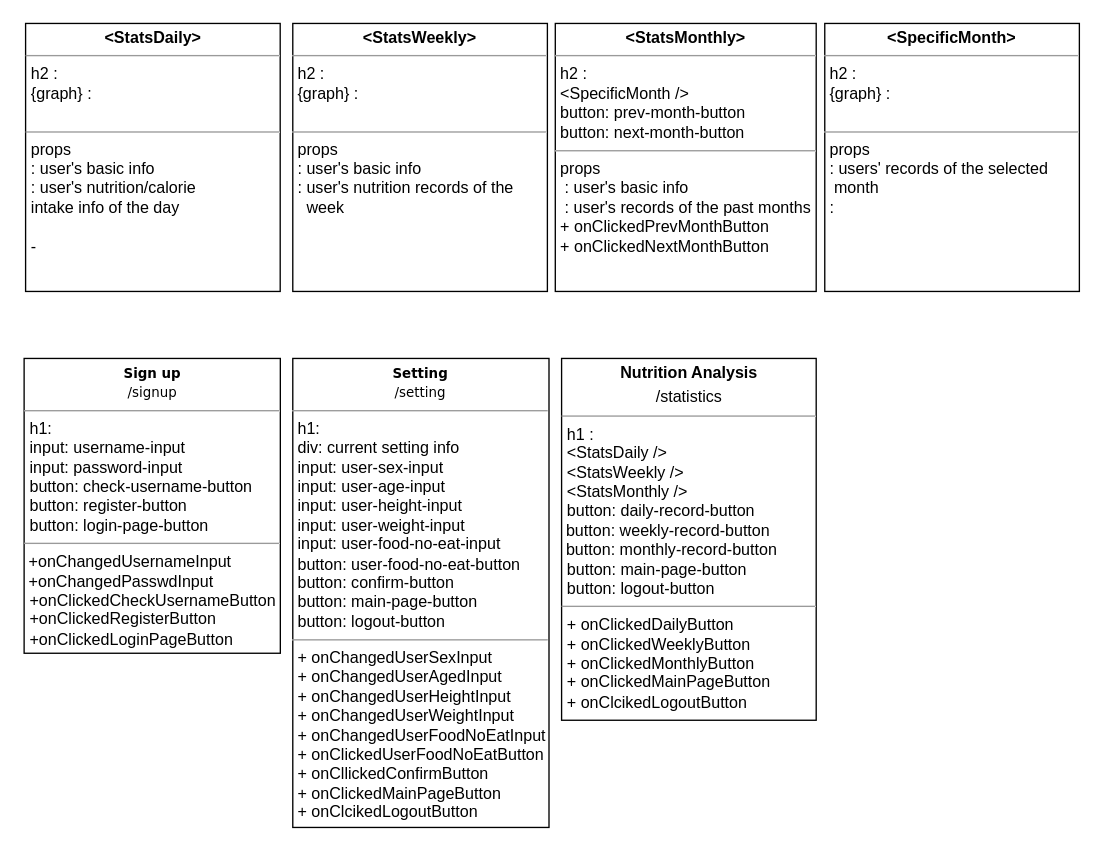
swsnu/swpp2021-team5 keeps this draw.io diagram as diagrams/Bang.drawio. Above is the earlier version. Source tidied: cells renumbered, new cells numbered last; positions are measured from the earlier drawing's top-left corner, leaving out a move shared by most shapes. Both pictures are drawn from the tidied source at 134%, with x=0, y=0 at pixel (24, 23).
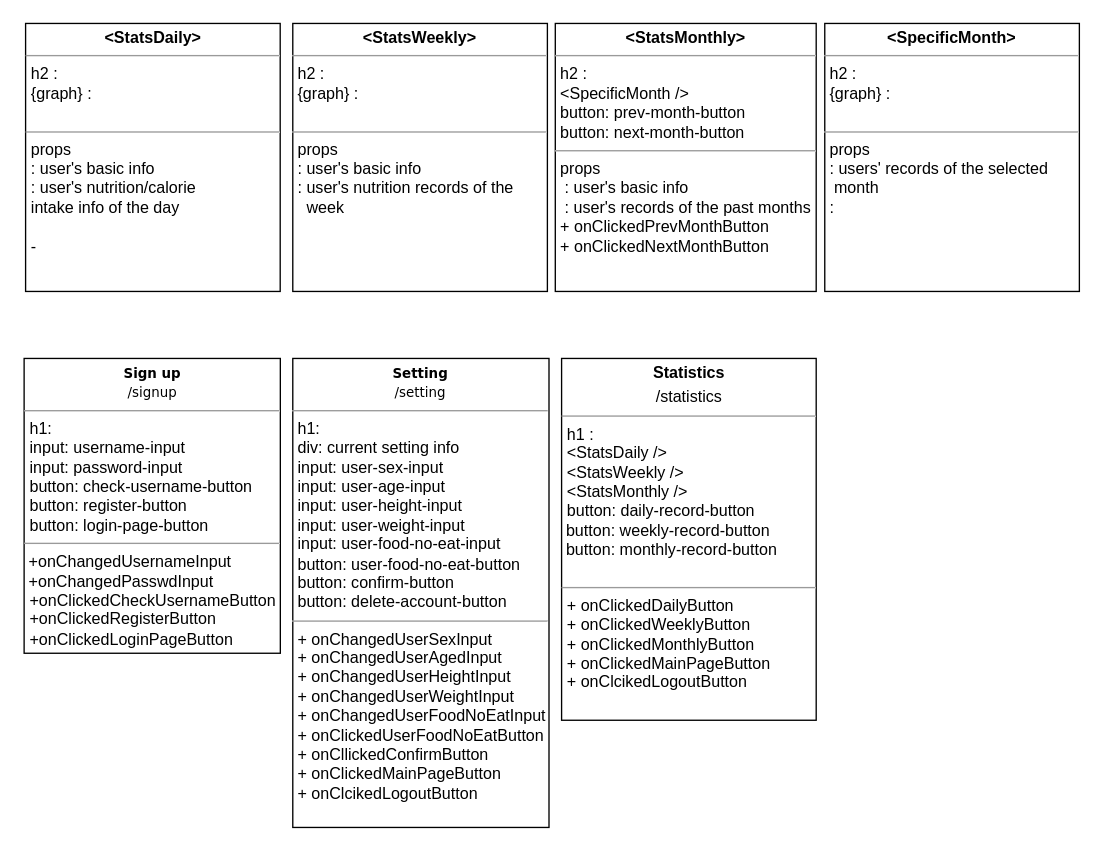
The same diagram, later.

What changed in the source:
```diff
@@
 <mxGraphModel>
   <root>
     <mxCell id="0" />
     <mxCell id="1" parent="0" />
     <mxCell id="2" value="&lt;p style=&quot;margin: 0px ; margin-top: 4px ; text-align: center&quot;&gt;&lt;b&gt;&amp;lt;StatsDaily&amp;gt;&lt;/b&gt;&lt;/p&gt;&lt;hr size=&quot;1&quot;&gt;&lt;p style=&quot;margin: 0px ; margin-left: 4px&quot;&gt;h2 :&amp;nbsp;&lt;br&gt;&lt;/p&gt;&lt;p style=&quot;margin: 0px ; margin-left: 4px&quot;&gt;{graph} :&amp;nbsp;&lt;/p&gt;&lt;p style=&quot;margin: 0px ; margin-left: 4px&quot;&gt;&lt;br&gt;&lt;/p&gt;&lt;hr size=&quot;1&quot;&gt;&lt;p style=&quot;margin: 0px ; margin-left: 4px&quot;&gt;props&lt;/p&gt;&lt;p style=&quot;margin: 0px ; margin-left: 4px&quot;&gt;: user's basic info&lt;br&gt;&lt;/p&gt;&lt;p style=&quot;margin: 0px ; margin-left: 4px&quot;&gt;: user's nutrition/calorie&lt;/p&gt;&lt;p style=&quot;margin: 0px ; margin-left: 4px&quot;&gt;intake info of the day&lt;/p&gt;&lt;p style=&quot;margin: 0px ; margin-left: 4px&quot;&gt;&lt;br&gt;&lt;/p&gt;&lt;p style=&quot;margin: 0px ; margin-left: 4px&quot;&gt;-&amp;nbsp;&lt;/p&gt;&lt;p style=&quot;margin: 0px ; margin-left: 4px&quot;&gt;&lt;br&gt;&lt;/p&gt;" style="verticalAlign=top;align=left;overflow=fill;fontSize=12;fontFamily=Helvetica;html=1;rounded=0;shadow=0;comic=0;labelBackgroundColor=none;strokeWidth=1;" parent="1" vertex="1">
       <mxGeometry x="0.6" width="190" height="200" as="geometry" />
     </mxCell>
     <mxCell id="3" value="&lt;p style=&quot;margin: 0px ; margin-top: 4px ; text-align: center&quot;&gt;&lt;b&gt;&amp;lt;StatsWeekly&amp;gt;&lt;/b&gt;&lt;/p&gt;&lt;hr size=&quot;1&quot;&gt;&lt;p style=&quot;margin: 0px ; margin-left: 4px&quot;&gt;h2 :&amp;nbsp;&lt;br&gt;&lt;/p&gt;&lt;p style=&quot;margin: 0px ; margin-left: 4px&quot;&gt;{graph} :&lt;br&gt;&lt;/p&gt;&lt;p style=&quot;margin: 0px ; margin-left: 4px&quot;&gt;&lt;br&gt;&lt;/p&gt;&lt;hr size=&quot;1&quot;&gt;&lt;p style=&quot;margin: 0px ; margin-left: 4px&quot;&gt;props&lt;/p&gt;&lt;p style=&quot;margin: 0px ; margin-left: 4px&quot;&gt;: user's basic info&lt;/p&gt;&lt;p style=&quot;margin: 0px ; margin-left: 4px&quot;&gt;: user's nutrition records of the&lt;/p&gt;&lt;p style=&quot;margin: 0px ; margin-left: 4px&quot;&gt;&amp;nbsp; week&lt;br&gt;&lt;/p&gt;" style="verticalAlign=top;align=left;overflow=fill;fontSize=12;fontFamily=Helvetica;html=1;rounded=0;shadow=0;comic=0;labelBackgroundColor=none;strokeWidth=1;" parent="1" vertex="1">
       <mxGeometry x="200" width="190" height="200" as="geometry" />
     </mxCell>
     <mxCell id="4" value="&lt;p style=&quot;margin: 0px ; margin-top: 4px ; text-align: center&quot;&gt;&lt;b&gt;&amp;lt;StatsMonthly&amp;gt;&lt;/b&gt;&lt;/p&gt;&lt;hr size=&quot;1&quot;&gt;&lt;p style=&quot;margin: 0px ; margin-left: 4px&quot;&gt;h2 :&amp;nbsp;&lt;br&gt;&lt;/p&gt;&lt;p style=&quot;margin: 0px ; margin-left: 4px&quot;&gt;&amp;lt;SpecificMonth /&amp;gt;&lt;/p&gt;&lt;p style=&quot;margin: 0px ; margin-left: 4px&quot;&gt;button: prev-month-button&lt;/p&gt;&lt;p style=&quot;margin: 0px ; margin-left: 4px&quot;&gt;button: next-month-button&lt;/p&gt;&lt;hr size=&quot;1&quot;&gt;&lt;p style=&quot;margin: 0px 0px 0px 4px&quot;&gt;props&lt;/p&gt;&lt;p style=&quot;margin: 0px 0px 0px 4px&quot;&gt;&amp;nbsp;: user's basic info&lt;/p&gt;&lt;p style=&quot;margin: 0px 0px 0px 4px&quot;&gt;&amp;nbsp;: user's records of the past months&lt;/p&gt;&lt;p style=&quot;margin: 0px 0px 0px 4px&quot;&gt;+ onClickedPrevMonthButton&lt;/p&gt;&lt;p style=&quot;margin: 0px 0px 0px 4px&quot;&gt;+ onClickedNextMonthButton&lt;/p&gt;" style="verticalAlign=top;align=left;overflow=fill;fontSize=12;fontFamily=Helvetica;html=1;rounded=0;shadow=0;comic=0;labelBackgroundColor=none;strokeWidth=1;" parent="1" vertex="1">
       <mxGeometry x="395.9" width="194.7" height="200" as="geometry" />
     </mxCell>
-    <mxCell id="5" value="&lt;p style=&quot;margin: 0px ; margin-top: 4px ; text-align: center&quot;&gt;&lt;b&gt;Nutrition Analysis&lt;/b&gt;&lt;/p&gt;&lt;p style=&quot;margin: 0px ; margin-top: 4px ; text-align: center&quot;&gt;/statistics&lt;/p&gt;&lt;hr size=&quot;1&quot;&gt;&lt;p style=&quot;margin: 0px ; margin-left: 4px&quot;&gt;h1 :&amp;nbsp;&lt;/p&gt;&lt;p style=&quot;margin: 0px ; margin-left: 4px&quot;&gt;&amp;lt;StatsDaily /&amp;gt;&lt;/p&gt;&lt;p style=&quot;margin: 0px ; margin-left: 4px&quot;&gt;&amp;lt;StatsWeekly /&amp;gt;&lt;/p&gt;&lt;p style=&quot;margin: 0px ; margin-left: 4px&quot;&gt;&amp;lt;StatsMonthly /&amp;gt;&lt;/p&gt;&lt;p style=&quot;margin: 0px ; margin-left: 4px&quot;&gt;button: daily-record-button&lt;/p&gt;&amp;nbsp;button:&amp;nbsp;&lt;span&gt;weekly-record-button&amp;nbsp;&lt;/span&gt;&lt;br&gt;&amp;nbsp;button:&amp;nbsp;&lt;span&gt;monthly-record-button&lt;/span&gt;&lt;br&gt;&lt;p style=&quot;margin: 0px 0px 0px 4px&quot;&gt;button: main-page-button&lt;/p&gt;&lt;p style=&quot;margin: 0px 0px 0px 4px&quot;&gt;button: logout-button&lt;/p&gt;&lt;hr size=&quot;1&quot;&gt;&lt;p style=&quot;margin: 0px 0px 0px 4px&quot;&gt;+ onClickedDailyButton&lt;/p&gt;&lt;p style=&quot;margin: 0px 0px 0px 4px&quot;&gt;+ onClickedWeeklyButton&lt;/p&gt;&lt;p style=&quot;margin: 0px 0px 0px 4px&quot;&gt;+ onClickedMonthlyButton&amp;nbsp;&lt;/p&gt;&lt;p style=&quot;margin: 0px 0px 0px 4px&quot;&gt;+ onClickedMainPageButton&lt;/p&gt;&lt;p style=&quot;margin: 0px 0px 0px 4px&quot;&gt;+ onClcikedLogoutButton&lt;/p&gt;" style="verticalAlign=top;align=left;overflow=fill;fontSize=12;fontFamily=Helvetica;html=1;rounded=0;shadow=0;comic=0;labelBackgroundColor=none;strokeWidth=1;" parent="1" vertex="1">
+    <mxCell id="5" value="&lt;p style=&quot;margin: 0px ; margin-top: 4px ; text-align: center&quot;&gt;&lt;b&gt;Statistics&lt;/b&gt;&lt;/p&gt;&lt;p style=&quot;margin: 0px ; margin-top: 4px ; text-align: center&quot;&gt;/statistics&lt;/p&gt;&lt;hr size=&quot;1&quot;&gt;&lt;p style=&quot;margin: 0px ; margin-left: 4px&quot;&gt;h1 :&amp;nbsp;&lt;/p&gt;&lt;p style=&quot;margin: 0px ; margin-left: 4px&quot;&gt;&amp;lt;StatsDaily /&amp;gt;&lt;/p&gt;&lt;p style=&quot;margin: 0px ; margin-left: 4px&quot;&gt;&amp;lt;StatsWeekly /&amp;gt;&lt;/p&gt;&lt;p style=&quot;margin: 0px ; margin-left: 4px&quot;&gt;&amp;lt;StatsMonthly /&amp;gt;&lt;/p&gt;&lt;p style=&quot;margin: 0px ; margin-left: 4px&quot;&gt;button: daily-record-button&lt;/p&gt;&amp;nbsp;button:&amp;nbsp;&lt;span&gt;weekly-record-button&amp;nbsp;&lt;/span&gt;&lt;br&gt;&amp;nbsp;button:&amp;nbsp;&lt;span&gt;monthly-record-button&lt;br&gt;&lt;/span&gt;&lt;br&gt;&lt;hr size=&quot;1&quot;&gt;&lt;p style=&quot;margin: 0px 0px 0px 4px&quot;&gt;+ onClickedDailyButton&lt;/p&gt;&lt;p style=&quot;margin: 0px 0px 0px 4px&quot;&gt;+ onClickedWeeklyButton&lt;/p&gt;&lt;p style=&quot;margin: 0px 0px 0px 4px&quot;&gt;+ onClickedMonthlyButton&amp;nbsp;&lt;/p&gt;&lt;p style=&quot;margin: 0px 0px 0px 4px&quot;&gt;+ onClickedMainPageButton&lt;/p&gt;&lt;p style=&quot;margin: 0px 0px 0px 4px&quot;&gt;+ onClcikedLogoutButton&lt;/p&gt;" style="verticalAlign=top;align=left;overflow=fill;fontSize=12;fontFamily=Helvetica;html=1;rounded=0;shadow=0;comic=0;labelBackgroundColor=none;strokeWidth=1;" parent="1" vertex="1">
       <mxGeometry x="400.6" y="250" width="190" height="270" as="geometry" />
     </mxCell>
     <mxCell id="6" value="&lt;p style=&quot;margin: 4px 0px 0px ; text-align: center&quot;&gt;&lt;b style=&quot;font-family: &amp;#34;verdana&amp;#34; ; font-size: 10px&quot;&gt;Sign up&lt;/b&gt;&lt;br style=&quot;font-family: &amp;#34;verdana&amp;#34; ; font-size: 10px&quot;&gt;&lt;span style=&quot;font-family: &amp;#34;verdana&amp;#34; ; font-size: 10px&quot;&gt;/signup&lt;/span&gt;&lt;br&gt;&lt;/p&gt;&lt;hr size=&quot;1&quot;&gt;&lt;p style=&quot;margin: 0px 0px 0px 4px&quot;&gt;h1:&lt;/p&gt;&lt;p style=&quot;margin: 0px 0px 0px 4px&quot;&gt;input: username-input&lt;/p&gt;&lt;p style=&quot;margin: 0px 0px 0px 4px&quot;&gt;input: password-input&lt;/p&gt;&lt;p style=&quot;margin: 0px 0px 0px 4px&quot;&gt;button: check-username-button&lt;/p&gt;&lt;p style=&quot;margin: 0px 0px 0px 4px&quot;&gt;button: register-button&lt;/p&gt;&lt;p style=&quot;margin: 0px 0px 0px 4px&quot;&gt;button: login-page-button&lt;/p&gt;&lt;hr size=&quot;1&quot;&gt;&amp;nbsp;+onChangedUsernameInput&lt;br&gt;&amp;nbsp;+onChangedPasswdInput&lt;br&gt;&lt;p style=&quot;margin: 0px 0px 0px 4px&quot;&gt;+onClickedCheckUsernameButton&lt;/p&gt;&lt;p style=&quot;margin: 0px 0px 0px 4px&quot;&gt;+onClickedRegisterButton&lt;/p&gt;&lt;p style=&quot;margin: 0px 0px 0px 4px&quot;&gt;+onClickedLoginPageButton&lt;/p&gt;" style="verticalAlign=top;align=left;overflow=fill;fontSize=12;fontFamily=Helvetica;html=1;" parent="1" vertex="1">
       <mxGeometry x="-0.5" y="250" width="191.2" height="220" as="geometry" />
     </mxCell>
-    <mxCell id="7" value="&lt;p style=&quot;margin: 4px 0px 0px ; text-align: center&quot;&gt;&lt;b style=&quot;font-family: &amp;#34;verdana&amp;#34; ; font-size: 10px&quot;&gt;Setting&lt;/b&gt;&lt;br style=&quot;font-family: &amp;#34;verdana&amp;#34; ; font-size: 10px&quot;&gt;&lt;span style=&quot;font-family: &amp;#34;verdana&amp;#34; ; font-size: 10px&quot;&gt;/setting&lt;/span&gt;&lt;br&gt;&lt;/p&gt;&lt;hr size=&quot;1&quot;&gt;&lt;p style=&quot;margin: 0px 0px 0px 4px&quot;&gt;h1:&amp;nbsp;&lt;/p&gt;&lt;p style=&quot;margin: 0px 0px 0px 4px&quot;&gt;div: current setting info&lt;/p&gt;&lt;p style=&quot;margin: 0px 0px 0px 4px&quot;&gt;input: user-sex-input&lt;/p&gt;&lt;p style=&quot;margin: 0px 0px 0px 4px&quot;&gt;input: user-age-input&lt;/p&gt;&lt;p style=&quot;margin: 0px 0px 0px 4px&quot;&gt;input: user-height-input&lt;/p&gt;&lt;p style=&quot;margin: 0px 0px 0px 4px&quot;&gt;input: user-weight-input&lt;/p&gt;&lt;p style=&quot;margin: 0px 0px 0px 4px&quot;&gt;input: user-food-no-eat-input&lt;br&gt;&lt;/p&gt;&lt;p style=&quot;margin: 0px 0px 0px 4px&quot;&gt;button: user-food-no-eat-button&lt;/p&gt;&lt;p style=&quot;margin: 0px 0px 0px 4px&quot;&gt;&lt;span&gt;button: confirm-button&lt;/span&gt;&lt;br&gt;&lt;/p&gt;&lt;p style=&quot;margin: 0px 0px 0px 4px&quot;&gt;button: main-page-button&lt;/p&gt;&lt;p style=&quot;margin: 0px 0px 0px 4px&quot;&gt;button: logout-button&lt;/p&gt;&lt;hr size=&quot;1&quot;&gt;&lt;p style=&quot;margin: 0px 0px 0px 4px&quot;&gt;+ onChangedUserSexInput&lt;/p&gt;&lt;p style=&quot;margin: 0px 0px 0px 4px&quot;&gt;+ onChangedUserAgedInput&lt;/p&gt;&lt;p style=&quot;margin: 0px 0px 0px 4px&quot;&gt;+ onChangedUserHeightInput&lt;/p&gt;&lt;p style=&quot;margin: 0px 0px 0px 4px&quot;&gt;+ onChangedUserWeightInput&lt;/p&gt;&lt;p style=&quot;margin: 0px 0px 0px 4px&quot;&gt;+ onChangedUserFoodNoEatInput&lt;/p&gt;&lt;p style=&quot;margin: 0px 0px 0px 4px&quot;&gt;+ onClickedUserFoodNoEatButton&lt;/p&gt;&lt;p style=&quot;margin: 0px 0px 0px 4px&quot;&gt;+ onCllickedConfirmButton&lt;/p&gt;&lt;p style=&quot;margin: 0px 0px 0px 4px&quot;&gt;+ onClickedMainPageButton&lt;/p&gt;&lt;p style=&quot;margin: 0px 0px 0px 4px&quot;&gt;+ onClcikedLogoutButton&lt;/p&gt;&lt;p style=&quot;margin: 0px 0px 0px 4px&quot;&gt;&lt;br&gt;&lt;/p&gt;" style="verticalAlign=top;align=left;overflow=fill;fontSize=12;fontFamily=Helvetica;html=1;" parent="1" vertex="1">
+    <mxCell id="7" value="&lt;p style=&quot;margin: 4px 0px 0px ; text-align: center&quot;&gt;&lt;b style=&quot;font-family: &amp;#34;verdana&amp;#34; ; font-size: 10px&quot;&gt;Setting&lt;/b&gt;&lt;br style=&quot;font-family: &amp;#34;verdana&amp;#34; ; font-size: 10px&quot;&gt;&lt;span style=&quot;font-family: &amp;#34;verdana&amp;#34; ; font-size: 10px&quot;&gt;/setting&lt;/span&gt;&lt;br&gt;&lt;/p&gt;&lt;hr size=&quot;1&quot;&gt;&lt;p style=&quot;margin: 0px 0px 0px 4px&quot;&gt;h1:&amp;nbsp;&lt;/p&gt;&lt;p style=&quot;margin: 0px 0px 0px 4px&quot;&gt;div: current setting info&lt;/p&gt;&lt;p style=&quot;margin: 0px 0px 0px 4px&quot;&gt;input: user-sex-input&lt;/p&gt;&lt;p style=&quot;margin: 0px 0px 0px 4px&quot;&gt;input: user-age-input&lt;/p&gt;&lt;p style=&quot;margin: 0px 0px 0px 4px&quot;&gt;input: user-height-input&lt;/p&gt;&lt;p style=&quot;margin: 0px 0px 0px 4px&quot;&gt;input: user-weight-input&lt;/p&gt;&lt;p style=&quot;margin: 0px 0px 0px 4px&quot;&gt;input: user-food-no-eat-input&lt;br&gt;&lt;/p&gt;&lt;p style=&quot;margin: 0px 0px 0px 4px&quot;&gt;button: user-food-no-eat-button&lt;/p&gt;&lt;p style=&quot;margin: 0px 0px 0px 4px&quot;&gt;&lt;span&gt;button: confirm-button&lt;/span&gt;&lt;br&gt;&lt;/p&gt;&lt;p style=&quot;margin: 0px 0px 0px 4px&quot;&gt;&lt;span&gt;button: delete-account-button&lt;/span&gt;&lt;/p&gt;&lt;hr size=&quot;1&quot;&gt;&lt;p style=&quot;margin: 0px 0px 0px 4px&quot;&gt;+ onChangedUserSexInput&lt;/p&gt;&lt;p style=&quot;margin: 0px 0px 0px 4px&quot;&gt;+ onChangedUserAgedInput&lt;/p&gt;&lt;p style=&quot;margin: 0px 0px 0px 4px&quot;&gt;+ onChangedUserHeightInput&lt;/p&gt;&lt;p style=&quot;margin: 0px 0px 0px 4px&quot;&gt;+ onChangedUserWeightInput&lt;/p&gt;&lt;p style=&quot;margin: 0px 0px 0px 4px&quot;&gt;+ onChangedUserFoodNoEatInput&lt;/p&gt;&lt;p style=&quot;margin: 0px 0px 0px 4px&quot;&gt;+ onClickedUserFoodNoEatButton&lt;/p&gt;&lt;p style=&quot;margin: 0px 0px 0px 4px&quot;&gt;+ onCllickedConfirmButton&lt;/p&gt;&lt;p style=&quot;margin: 0px 0px 0px 4px&quot;&gt;+ onClickedMainPageButton&lt;/p&gt;&lt;p style=&quot;margin: 0px 0px 0px 4px&quot;&gt;+ onClcikedLogoutButton&lt;/p&gt;&lt;p style=&quot;margin: 0px 0px 0px 4px&quot;&gt;&lt;br&gt;&lt;/p&gt;" style="verticalAlign=top;align=left;overflow=fill;fontSize=12;fontFamily=Helvetica;html=1;" parent="1" vertex="1">
       <mxGeometry x="200" y="250" width="191.2" height="350" as="geometry" />
     </mxCell>
     <mxCell id="8" style="edgeStyle=orthogonalEdgeStyle;rounded=0;orthogonalLoop=1;jettySize=auto;html=1;exitX=0.5;exitY=1;exitDx=0;exitDy=0;" parent="1" edge="1" source="3" target="3">
       <mxGeometry relative="1" as="geometry" />
     </mxCell>
     <mxCell id="9" value="&lt;p style=&quot;margin: 0px ; margin-top: 4px ; text-align: center&quot;&gt;&lt;b&gt;&amp;lt;SpecificMonth&amp;gt;&lt;/b&gt;&lt;/p&gt;&lt;hr size=&quot;1&quot;&gt;&lt;p style=&quot;margin: 0px ; margin-left: 4px&quot;&gt;h2 :&amp;nbsp;&lt;br&gt;&lt;/p&gt;&lt;p style=&quot;margin: 0px ; margin-left: 4px&quot;&gt;{graph} :&lt;br&gt;&lt;/p&gt;&lt;p style=&quot;margin: 0px ; margin-left: 4px&quot;&gt;&lt;br&gt;&lt;/p&gt;&lt;hr size=&quot;1&quot;&gt;&lt;p style=&quot;margin: 0px ; margin-left: 4px&quot;&gt;props&lt;/p&gt;&lt;p style=&quot;margin: 0px ; margin-left: 4px&quot;&gt;: users' records of the selected&lt;/p&gt;&lt;p style=&quot;margin: 0px ; margin-left: 4px&quot;&gt;&amp;nbsp;month&lt;/p&gt;&lt;p style=&quot;margin: 0px ; margin-left: 4px&quot;&gt;:&amp;nbsp;&lt;/p&gt;" style="verticalAlign=top;align=left;overflow=fill;fontSize=12;fontFamily=Helvetica;html=1;rounded=0;shadow=0;comic=0;labelBackgroundColor=none;strokeWidth=1;" parent="1" vertex="1">
       <mxGeometry x="597" width="190" height="200" as="geometry" />
     </mxCell>
   </root>
 </mxGraphModel>
```
